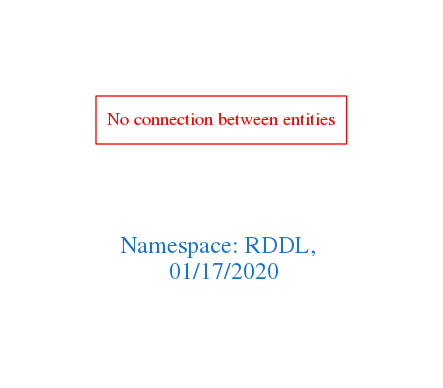
arago/OGIT keeps this Graphviz diagram as downloads/RDDL.png. Above is the earlier version. Its source is kept beside it as downloads/RDDL.dot.
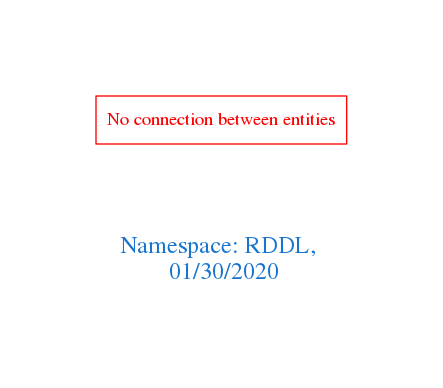
After the commit.

Change to the diagram source:
```diff
@@ -1,7 +1,7 @@
 digraph OGIT_ontology {
  graph [ rankdir= LR,pad=1
 fontsize = 18,
-fontcolor= dodgerblue3,label = "\n\n\nNamespace: RDDL, \n 01/17/2020"];
+fontcolor= dodgerblue3,label = "\n\n\nNamespace: RDDL, \n 01/30/2020"];
 node[shape=polygon];
 edge [  color="gray81"];
 
```
